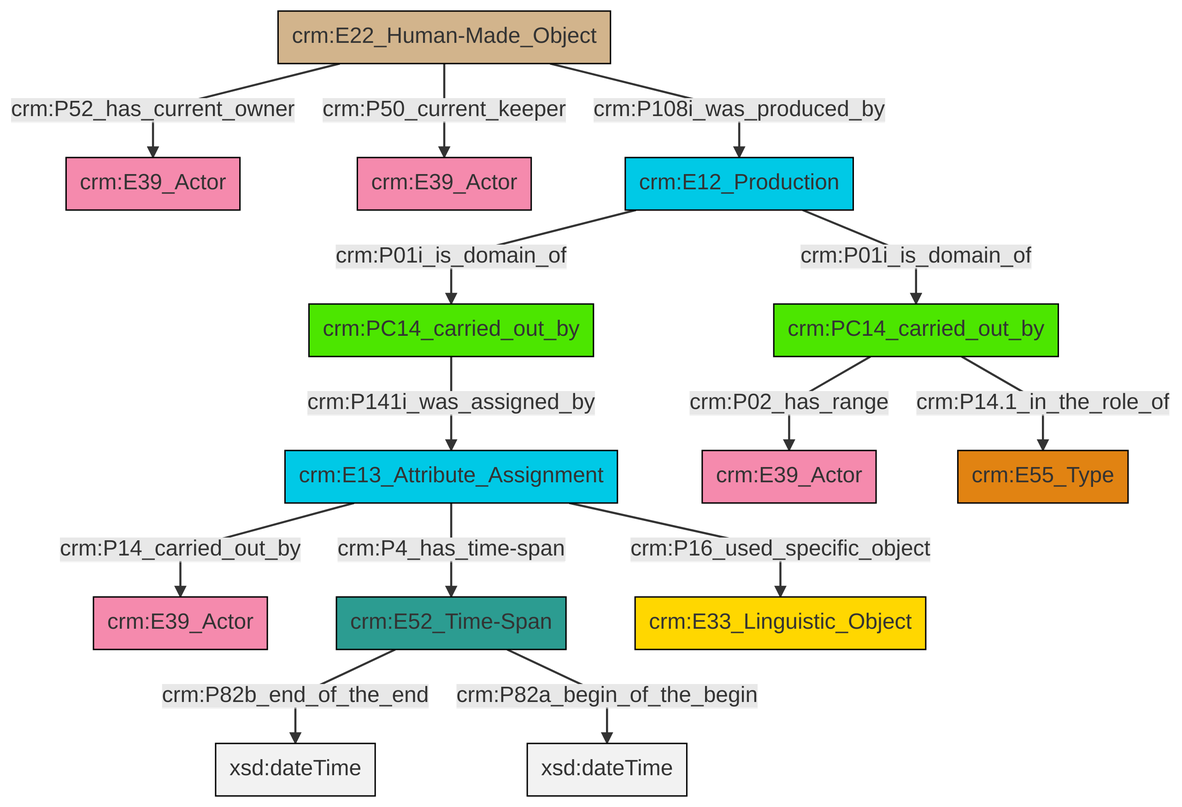
This is et/carrierCSV/ttl/mmd/png/carrier_relations.png from swiss-art-research-net/docs.swissartresearch, a Mermaid export, as it was before one commit. Its source is kept beside it as et/carrierCSV/ttl/mmd/carrier_relations.ttl.mmd.
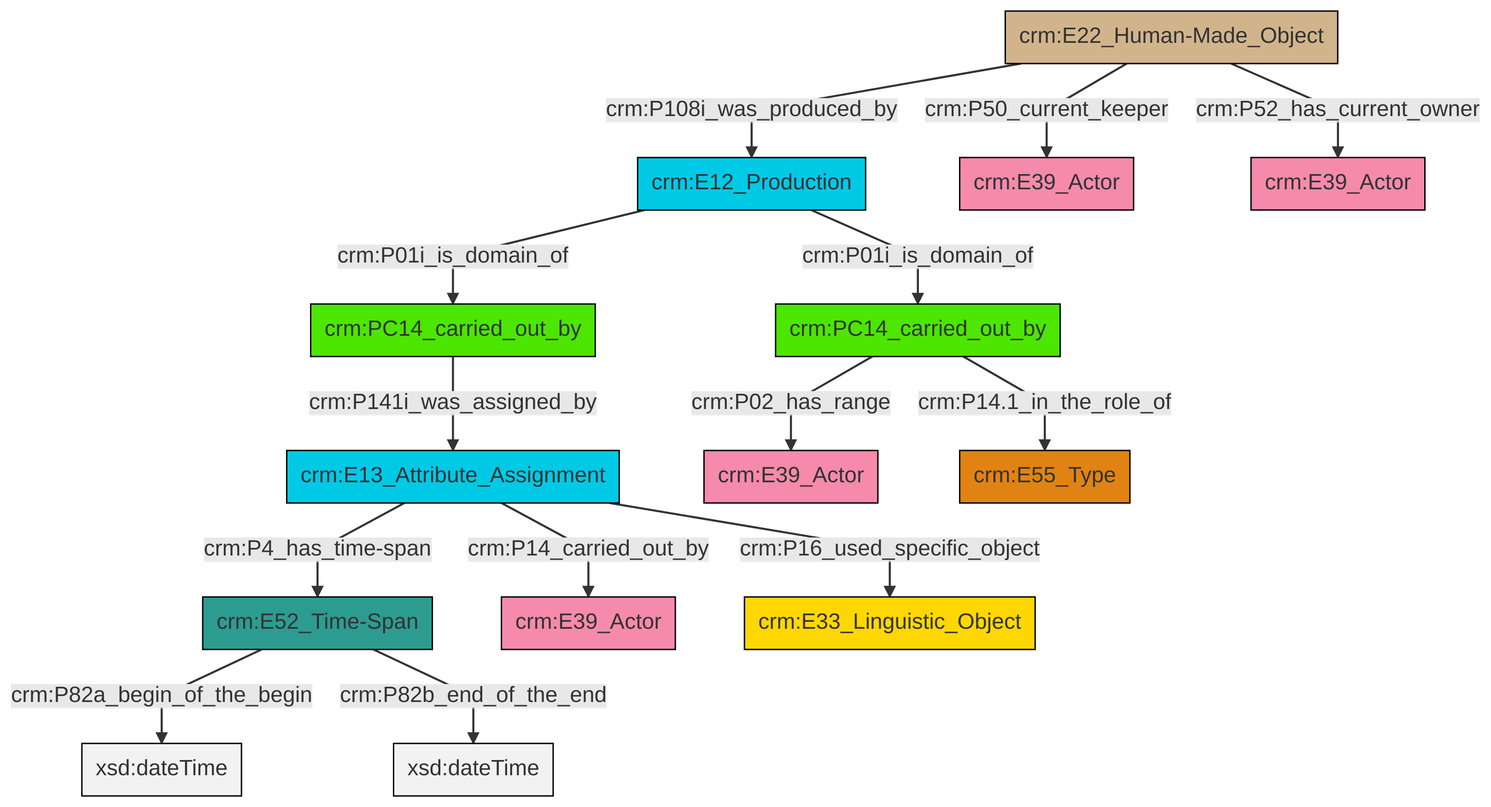
Above is the later version.

The edit, as a diff of the source:
```diff
@@ -13,16 +13,16 @@
 classDef PC_Classes fill:#4ce600, stroke:#000000;
 classDef Multi fill:#cccccc,stroke:#000000;
 
-0["crm:E12_Production"]:::Temporal_Entity -->|crm:P01i_is_domain_of| 1["crm:PC14_carried_out_by"]:::PC_Classes
-6["crm:E13_Attribute_Assignment"]:::Temporal_Entity -->|crm:P14_carried_out_by| 7["crm:E39_Actor"]:::Actor
-4["crm:E22_Human-Made_Object"]:::Physical_Thing -->|crm:P52_has_current_owner| 10["crm:E39_Actor"]:::Actor
-1["crm:PC14_carried_out_by"]:::PC_Classes -->|crm:P141i_was_assigned_by| 6["crm:E13_Attribute_Assignment"]:::Temporal_Entity
-11["crm:E52_Time-Span"]:::Time-Span -->|crm:P82b_end_of_the_end| 12[xsd:dateTime]:::Literal
-4["crm:E22_Human-Made_Object"]:::Physical_Thing -->|crm:P50_current_keeper| 13["crm:E39_Actor"]:::Actor
-8["crm:PC14_carried_out_by"]:::PC_Classes -->|crm:P02_has_range| 2["crm:E39_Actor"]:::Actor
-6["crm:E13_Attribute_Assignment"]:::Temporal_Entity -->|crm:P4_has_time-span| 11["crm:E52_Time-Span"]:::Time-Span
-4["crm:E22_Human-Made_Object"]:::Physical_Thing -->|crm:P108i_was_produced_by| 0["crm:E12_Production"]:::Temporal_Entity
-6["crm:E13_Attribute_Assignment"]:::Temporal_Entity -->|crm:P16_used_specific_object| 21["crm:E33_Linguistic_Object"]:::Conceptual_Object
-0["crm:E12_Production"]:::Temporal_Entity -->|crm:P01i_is_domain_of| 8["crm:PC14_carried_out_by"]:::PC_Classes
-8["crm:PC14_carried_out_by"]:::PC_Classes -->|crm:P14.1_in_the_role_of| 15["crm:E55_Type"]:::Type
-11["crm:E52_Time-Span"]:::Time-Span -->|crm:P82a_begin_of_the_begin| 22[xsd:dateTime]:::Literal
+2["crm:E22_Human-Made_Object"]:::Physical_Thing -->|crm:P108i_was_produced_by| 6["crm:E12_Production"]:::Temporal_Entity
+9["crm:E13_Attribute_Assignment"]:::Temporal_Entity -->|crm:P4_has_time-span| 0["crm:E52_Time-Span"]:::Time-Span
+9["crm:E13_Attribute_Assignment"]:::Temporal_Entity -->|crm:P14_carried_out_by| 10["crm:E39_Actor"]:::Actor
+4["crm:PC14_carried_out_by"]:::PC_Classes -->|crm:P141i_was_assigned_by| 9["crm:E13_Attribute_Assignment"]:::Temporal_Entity
+6["crm:E12_Production"]:::Temporal_Entity -->|crm:P01i_is_domain_of| 4["crm:PC14_carried_out_by"]:::PC_Classes
+13["crm:PC14_carried_out_by"]:::PC_Classes -->|crm:P02_has_range| 7["crm:E39_Actor"]:::Actor
+13["crm:PC14_carried_out_by"]:::PC_Classes -->|crm:P14.1_in_the_role_of| 15["crm:E55_Type"]:::Type
+2["crm:E22_Human-Made_Object"]:::Physical_Thing -->|crm:P50_current_keeper| 11["crm:E39_Actor"]:::Actor
+0["crm:E52_Time-Span"]:::Time-Span -->|crm:P82a_begin_of_the_begin| 22[xsd:dateTime]:::Literal
+6["crm:E12_Production"]:::Temporal_Entity -->|crm:P01i_is_domain_of| 13["crm:PC14_carried_out_by"]:::PC_Classes
+9["crm:E13_Attribute_Assignment"]:::Temporal_Entity -->|crm:P16_used_specific_object| 23["crm:E33_Linguistic_Object"]:::Conceptual_Object
+2["crm:E22_Human-Made_Object"]:::Physical_Thing -->|crm:P52_has_current_owner| 20["crm:E39_Actor"]:::Actor
+0["crm:E52_Time-Span"]:::Time-Span -->|crm:P82b_end_of_the_end| 25[xsd:dateTime]:::Literal
```
